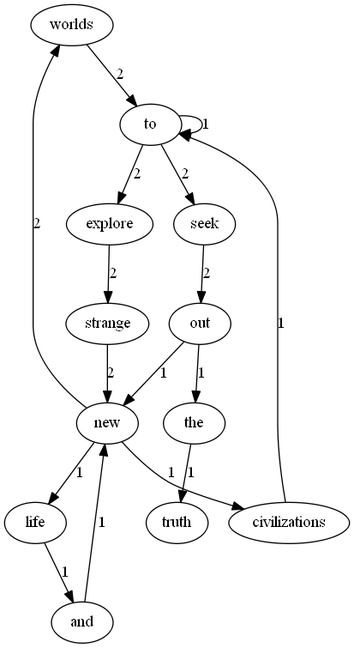
sunbai123456/lab1 keeps this Graphviz diagram as src/graph.png. Above is the earlier version. Its source is kept beside it as src/graph.dot. Source of this version:
```dot
digraph graph1{
worlds;
seek;
life;
out;
and;
civilizations;
new;
explore;
strange;
the;
truth;
to;
worlds->to[ label = "2 "];
seek->out[ label = "2 "];
life->and[ label = "1 "];
out->new[ label = "1 "];
out->the[ label = "1 "];
and->new[ label = "1 "];
civilizations->to[ label = "1 "];
new->worlds[ label = "2 "];
new->life[ label = "1 "];
new->civilizations[ label = "1 "];
explore->strange[ label = "2 "];
strange->new[ label = "2 "];
the->truth[ label = "1 "];
to->explore[ label = "2 "];
to->seek[ label = "2 "];
to->to[ label = "1 "];
}
```
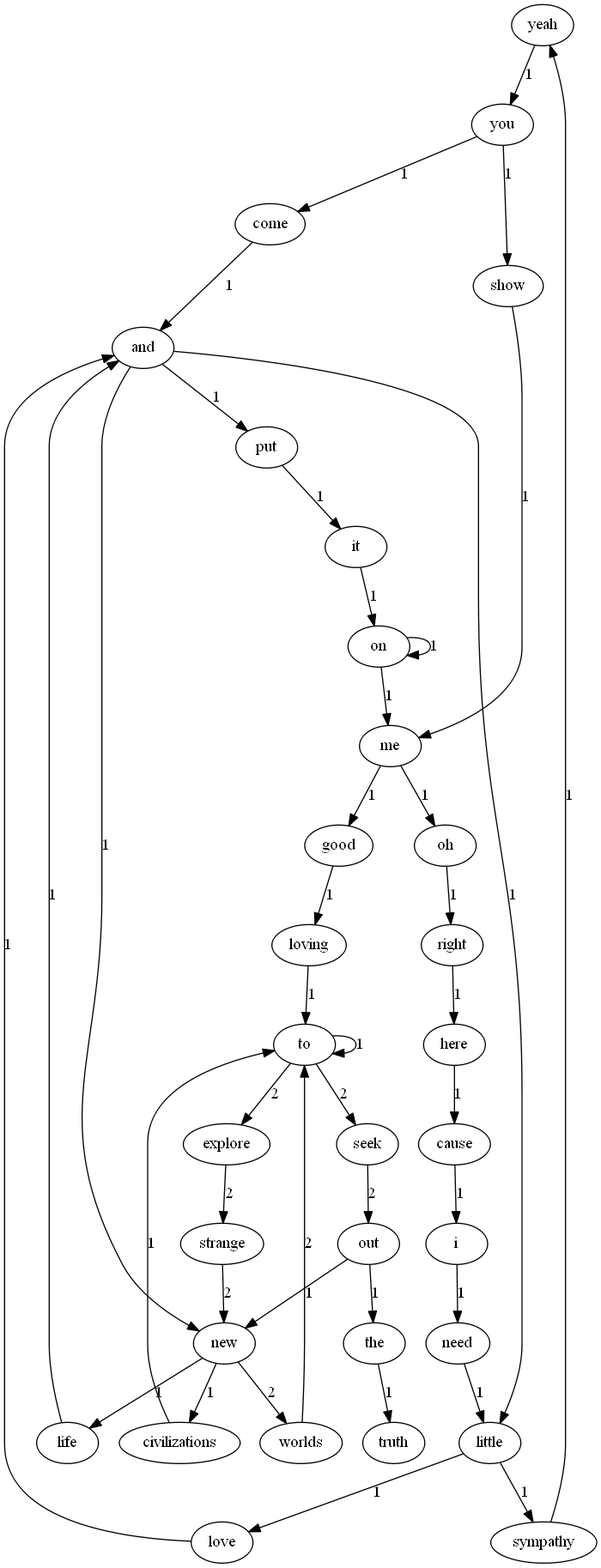
The same file after the commit.

Diff of the diagram source:
```diff
@@ -1,28 +1,72 @@
 digraph graph1{
+yeah;
+good;
+put;
+me;
+civilizations;
+you;
+new;
+need;
+come;
+it;
+strange;
+loving;
+little;
+here;
+love;
 worlds;
+show;
+cause;
 seek;
 life;
 out;
 and;
-civilizations;
-new;
+oh;
+sympathy;
+on;
 explore;
-strange;
+i;
+right;
 the;
 truth;
 to;
+yeah->you[ label = "1 "];
+good->loving[ label = "1 "];
+put->it[ label = "1 "];
+me->oh[ label = "1 "];
+me->good[ label = "1 "];
+civilizations->to[ label = "1 "];
+you->come[ label = "1 "];
+you->show[ label = "1 "];
+new->worlds[ label = "2 "];
+new->life[ label = "1 "];
+new->civilizations[ label = "1 "];
+need->little[ label = "1 "];
+come->and[ label = "1 "];
+it->on[ label = "1 "];
+strange->new[ label = "2 "];
+loving->to[ label = "1 "];
+little->love[ label = "1 "];
+little->sympathy[ label = "1 "];
+here->cause[ label = "1 "];
+love->and[ label = "1 "];
 worlds->to[ label = "2 "];
+show->me[ label = "1 "];
+cause->i[ label = "1 "];
 seek->out[ label = "2 "];
 life->and[ label = "1 "];
 out->new[ label = "1 "];
 out->the[ label = "1 "];
+and->put[ label = "1 "];
+and->little[ label = "1 "];
 and->new[ label = "1 "];
-civilizations->to[ label = "1 "];
-new->worlds[ label = "2 "];
-new->life[ label = "1 "];
-new->civilizations[ label = "1 "];
+oh->right[ label = "1 "];
+sympathy->yeah[ label = "1 "];
+on->on[ label = "1 "];
+on->me[ label = "1 "];
 explore->strange[ label = "2 "];
-strange->new[ label = "2 "];
+i->need[ label = "1 "];
+right->here[ label = "1 "];
 the->truth[ label = "1 "];
 to->explore[ label = "2 "];
 to->seek[ label = "2 "];
```
